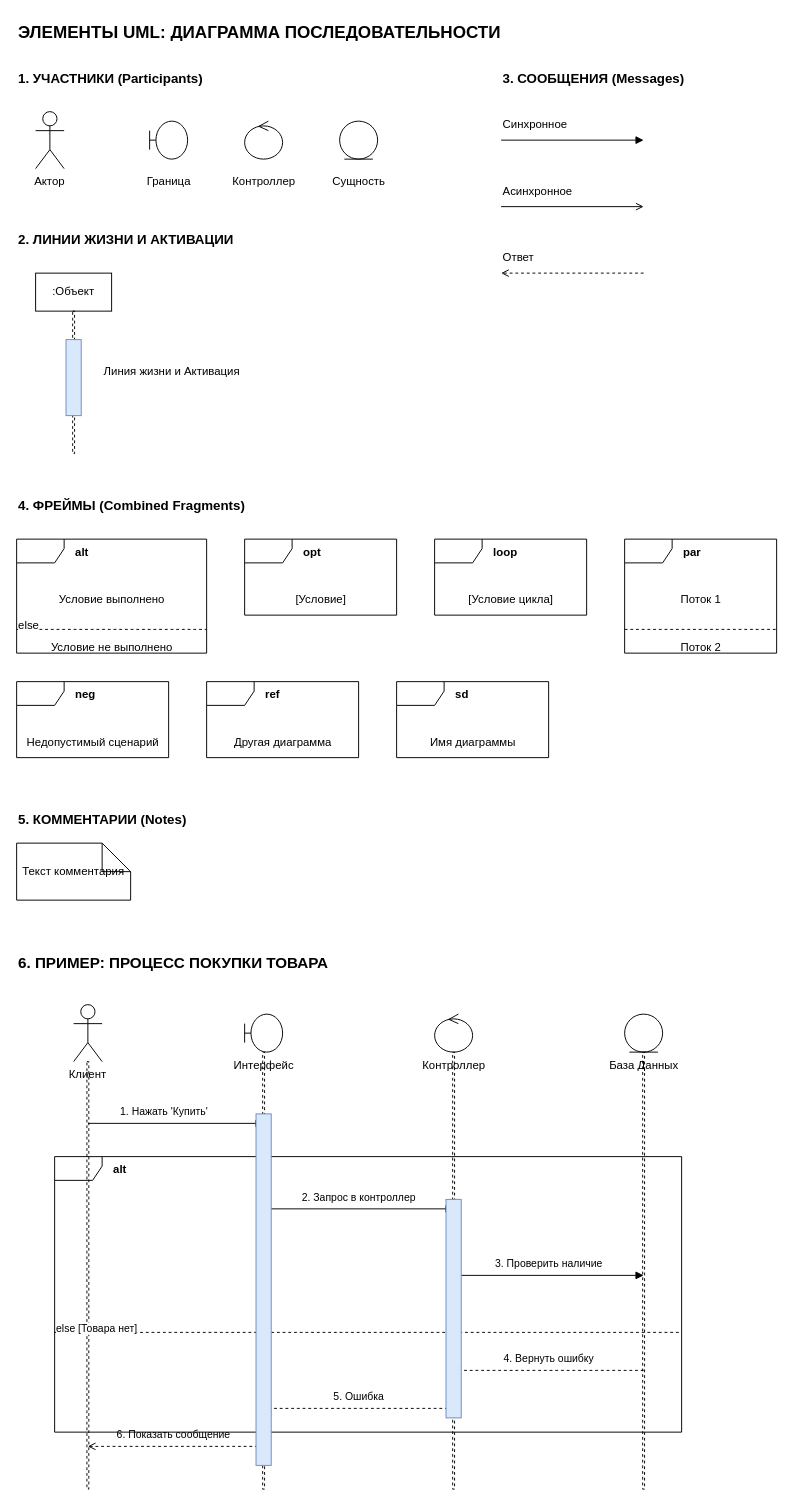
Above: sequence.drawio in ROBINDI04/System-Analysis-Portfolio (draw.io), before the change. Source tidied: cells renumbered, new cells numbered last; positions are measured from the earlier drawing's top-left corner, leaving out a move shared by most shapes. Both pictures are drawn from the tidied source at 95%, with x=0, y=0 at pixel (16, 16).
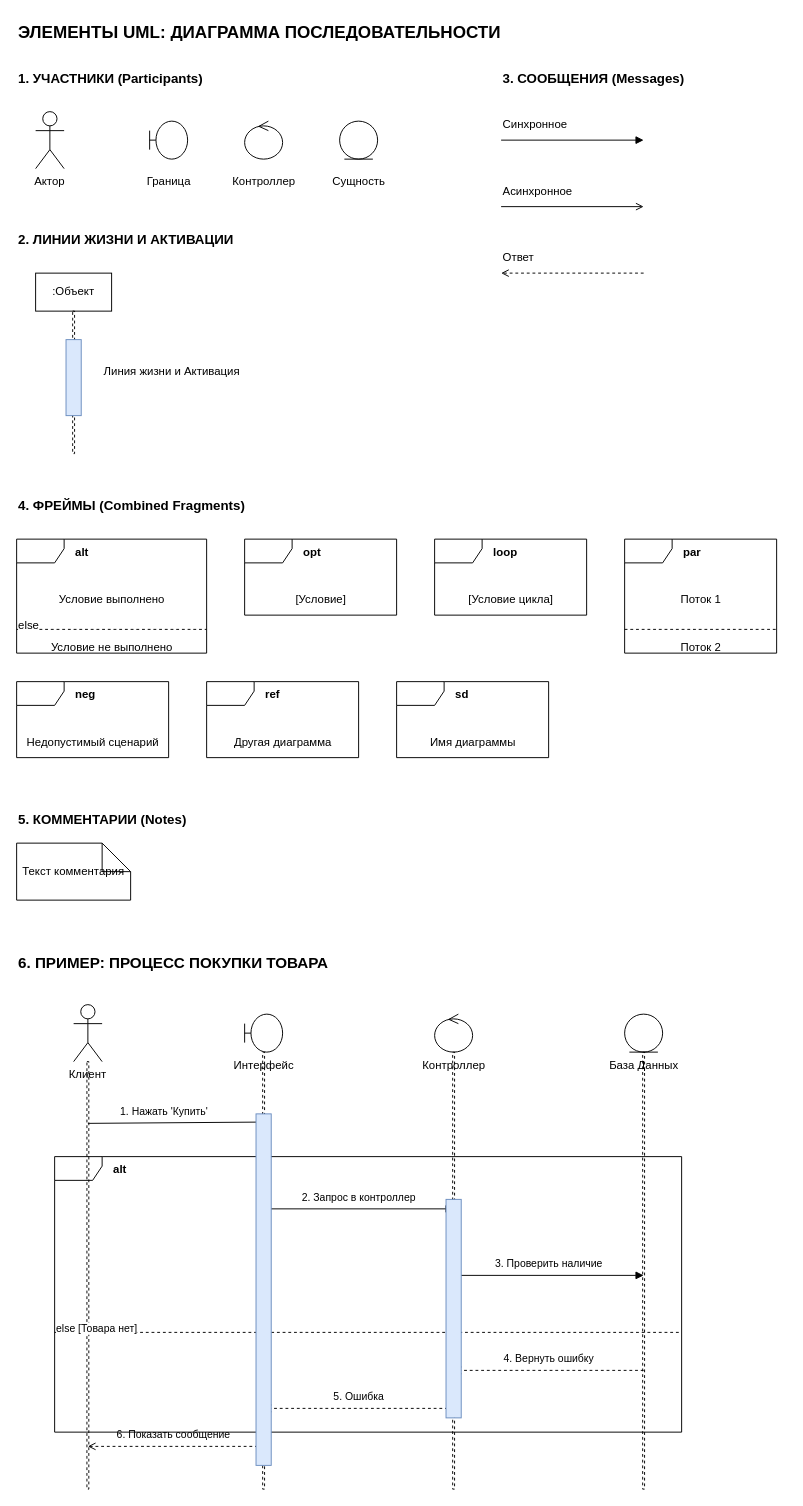
Above is the later version.

Unchanged cells that the change refers to:
```xml
<mxCell id="53" style="html=1;whiteSpace=wrap;fillColor=none;strokeColor=#000000;dashed=1;" parent="1" vertex="1">
  <mxGeometry x="259" y="1090" width="2" height="460" as="geometry" />
</mxCell>
```

What changed in the source:
```diff
@@
-    <mxCell id="58" style="endArrow=block;html=1;" parent="1" edge="1">
+    <mxCell id="58" style="endArrow=block;html=1;entryX=1.944;entryY=0.16;entryDx=0;entryDy=0;entryPerimeter=0;" parent="1" edge="1" target="53">
       <mxGeometry relative="1" as="geometry">
         <mxPoint x="75" y="1165" as="sourcePoint" />
-        <mxPoint x="260" y="1165" as="targetPoint" />
       </mxGeometry>
     </mxCell>
```
